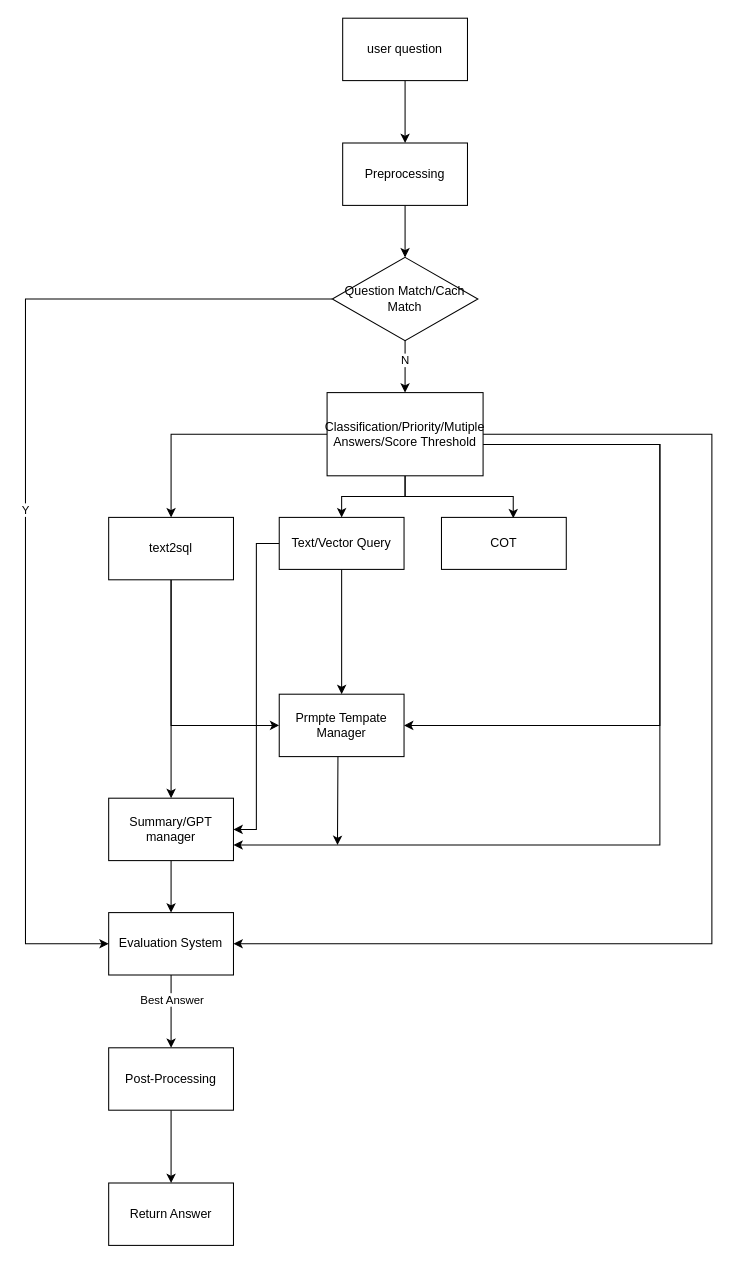
The draw.io diagram 未命名绘图.drawio in qiutian-patsnap/draw_io, before the edit. Source tidied: cells renumbered, new cells numbered last; positions are measured from the earlier drawing's top-left corner, leaving out a move shared by most shapes. Both pictures are drawn from the tidied source at 104%, with x=0, y=0 at pixel (25, 18).
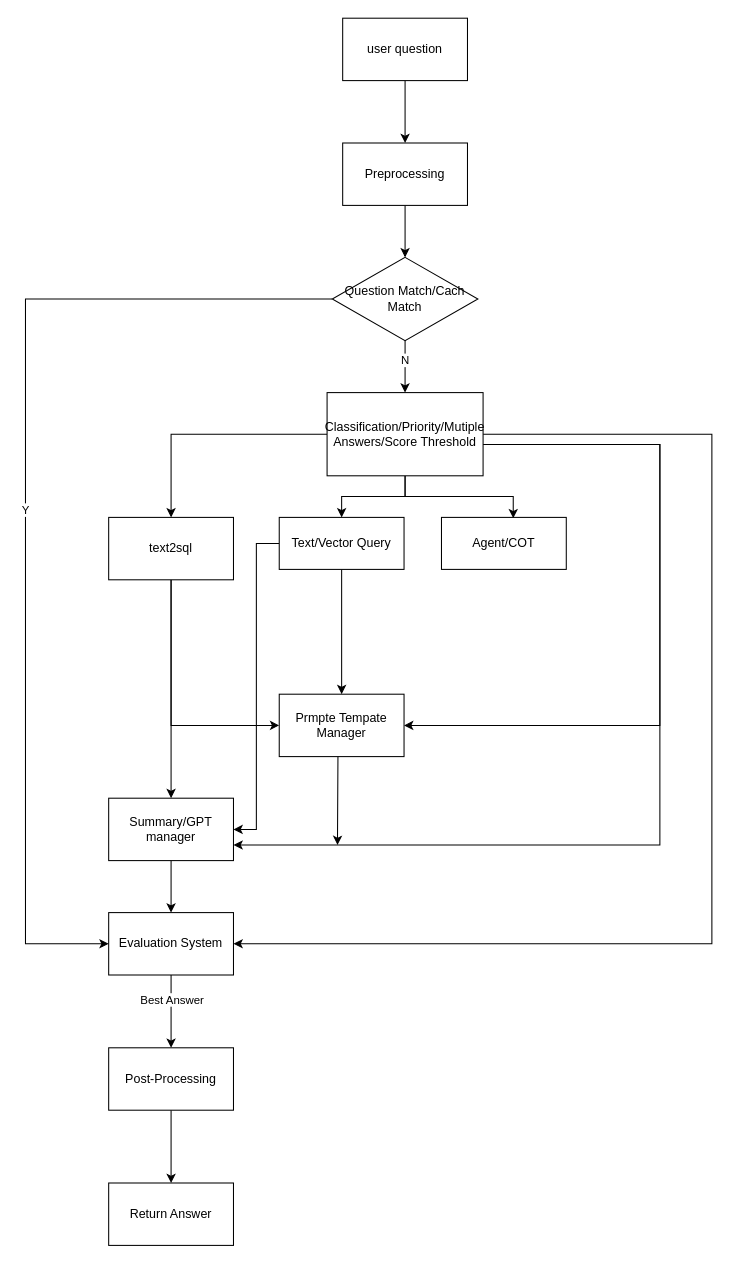
After the change.

Commit message:
更新未命名绘图.drawio

Change to the diagram source:
```diff
@@
-    <mxCell id="14" value="COT" style="whiteSpace=wrap;html=1;" parent="1" vertex="1">
+    <mxCell id="14" value="Agent/COT" style="whiteSpace=wrap;html=1;" parent="1" vertex="1">
       <mxGeometry x="400" y="480" width="120" height="50" as="geometry" />
     </mxCell>
```
